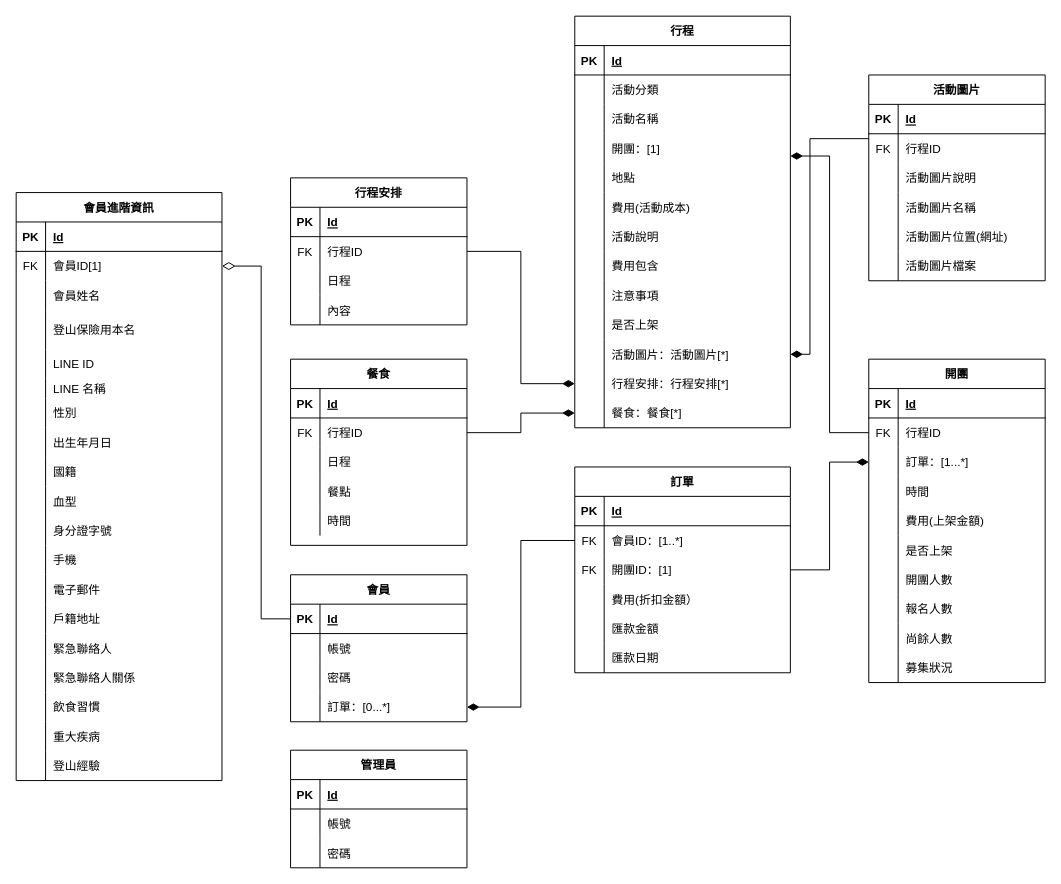
Earlier version of the draw.io diagram Untitled Diagram.drawio (Yizi-Yeh/MT-Databaseplanning). Source tidied: cells renumbered, new cells numbered last; positions are measured from the earlier drawing's top-left corner, leaving out a move shared by most shapes. Both pictures are drawn from the tidied source at 98%, with x=0, y=0 at pixel (16, 16).
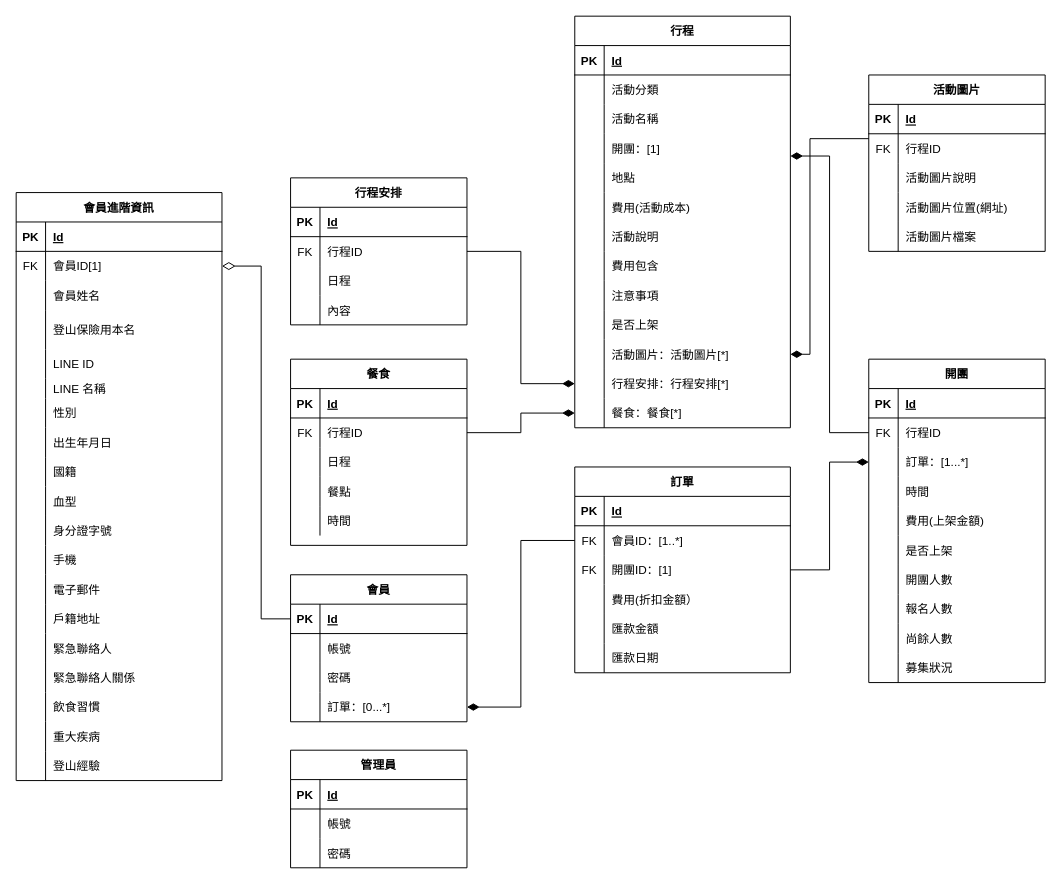
Above is the later version.

The edit, as a diff of the source:
```diff
@@
     <mxCell id="102" value="活動圖片" style="shape=table;startSize=30;childLayout=tableLayout;rowLines=0;fontStyle=1;align=center;fillColor=none;" parent="1" vertex="1">
-      <mxGeometry x="870" y="60" width="180" height="210" as="geometry" />
+      <mxGeometry x="870" y="60" width="180" height="180" as="geometry" />
     </mxCell>
@@
-    <mxCell id="112" style="shape=partialRectangle;fillColor=none;top=0;left=0;bottom=0;right=0;" parent="102" vertex="1">
-      <mxGeometry y="120" width="180" height="30" as="geometry" />
-    </mxCell>
-    <mxCell id="113" style="shape=partialRectangle;fillColor=none;top=0;left=0;bottom=0;right=0;overflow=hidden;" parent="112" vertex="1">
-      <mxGeometry width="30" height="30" as="geometry" />
-    </mxCell>
-    <mxCell id="114" value="活動圖片名稱" style="shape=partialRectangle;fillColor=none;top=0;left=0;bottom=0;right=0;align=left;spacingLeft=6;overflow=hidden;" parent="112" vertex="1">
-      <mxGeometry x="30" width="150" height="30" as="geometry" />
-    </mxCell>
     <mxCell id="115" style="shape=partialRectangle;fillColor=none;top=0;left=0;bottom=0;right=0;" parent="102" vertex="1">
-      <mxGeometry y="150" width="180" height="30" as="geometry" />
+      <mxGeometry y="120" width="180" height="30" as="geometry" />
     </mxCell>
@@
     <mxCell id="118" style="shape=partialRectangle;fillColor=none;top=0;left=0;bottom=0;right=0;" parent="102" vertex="1">
-      <mxGeometry y="180" width="180" height="30" as="geometry" />
+      <mxGeometry y="150" width="180" height="30" as="geometry" />
     </mxCell>
```
